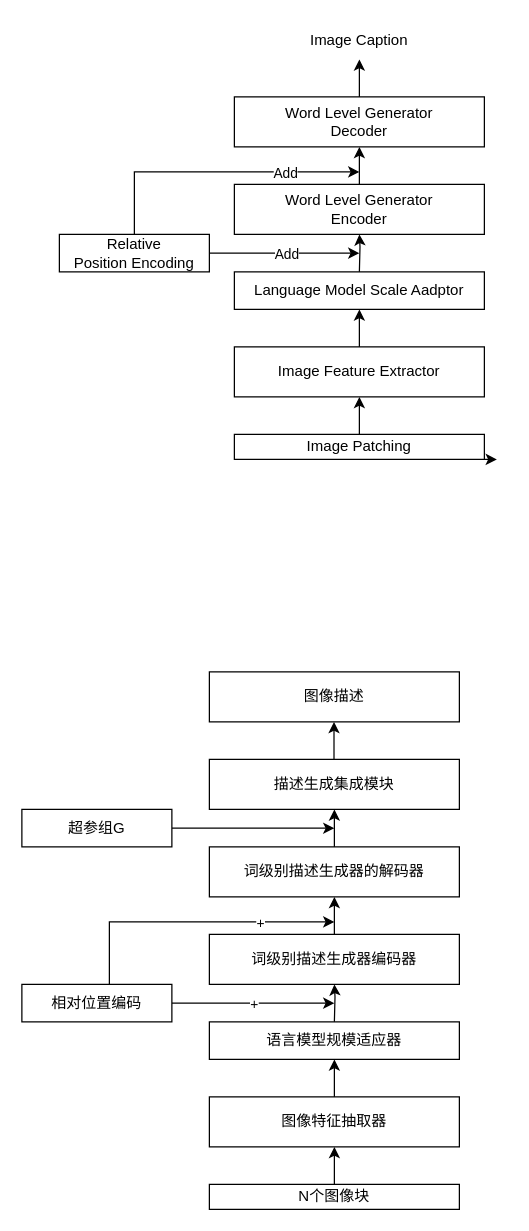
This is page "第 12 页" (12 of 12) of research.drawio from Asimok/draw, a draw.io file, before an edit. Source tidied: cells renumbered, new cells numbered last; positions are measured from the earlier drawing's top-left corner, leaving out a move shared by most shapes. Both pictures are drawn from the tidied source at 125%, with x=0, y=0 at pixel (21, 21).
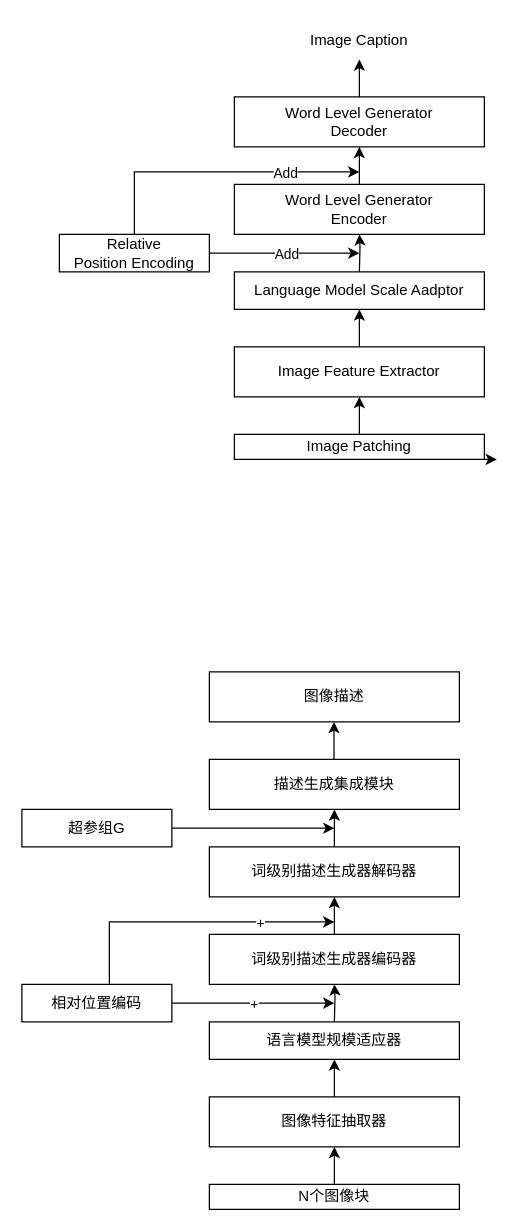
The same diagram, later.

What changed in the source:
```diff
@@
-    <mxCell id="27" value="词级别描述生成器的解码器" style="rounded=0;whiteSpace=wrap;html=1;" parent="1" vertex="1">
+    <mxCell id="27" value="词级别描述生成器解码器" style="rounded=0;whiteSpace=wrap;html=1;" parent="1" vertex="1">
       <mxGeometry x="150" y="660" width="200" height="40" as="geometry" />
     </mxCell>
```
